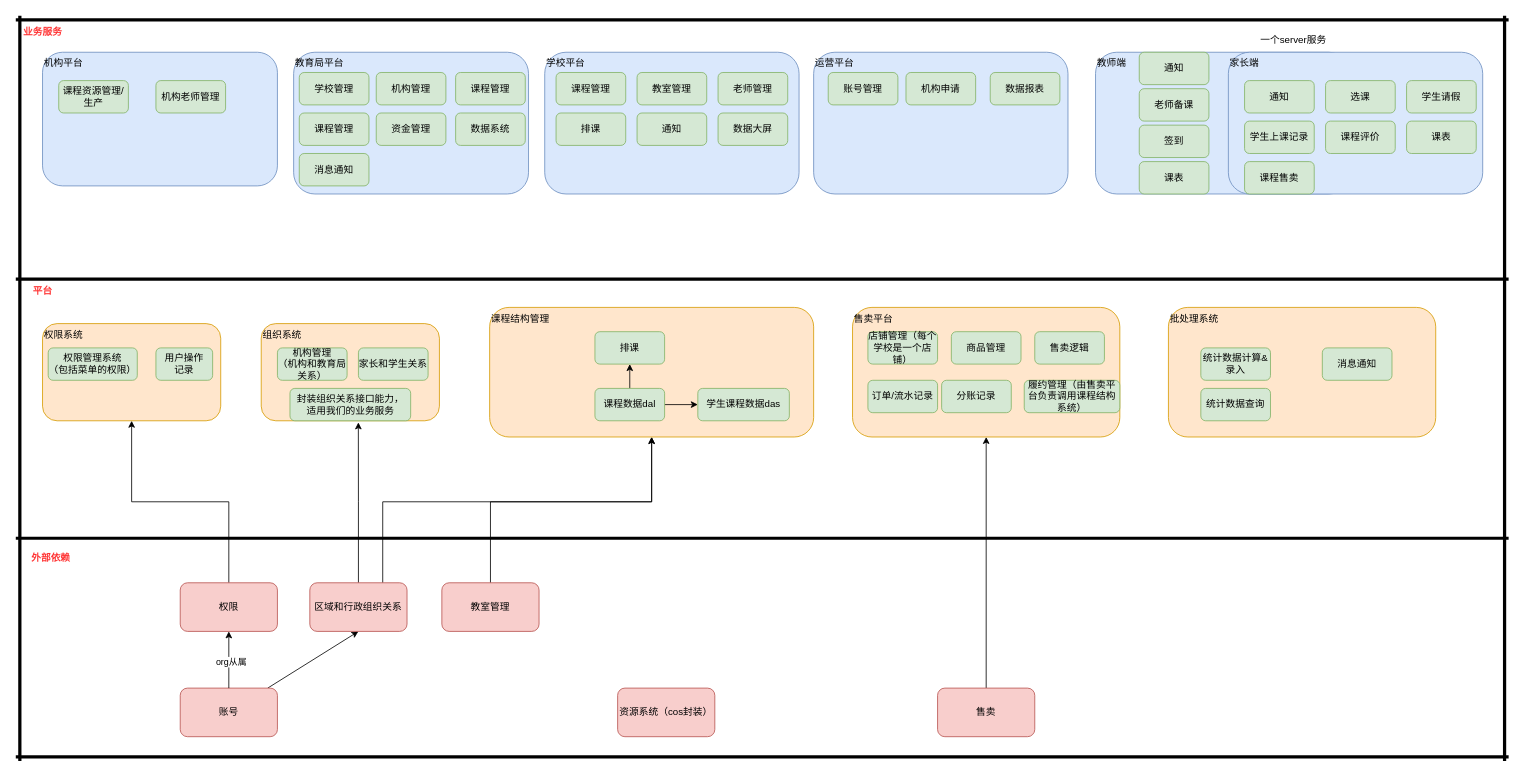
This is 330-组织架构.drawio from wgyuuu/flow_chart, a draw.io file, before an edit. Source tidied: cells renumbered, new cells numbered last; positions are measured from the earlier drawing's top-left corner, leaving out a move shared by most shapes. Both pictures are drawn from the tidied source at 81%, with x=0, y=0 at pixel (15, 15).
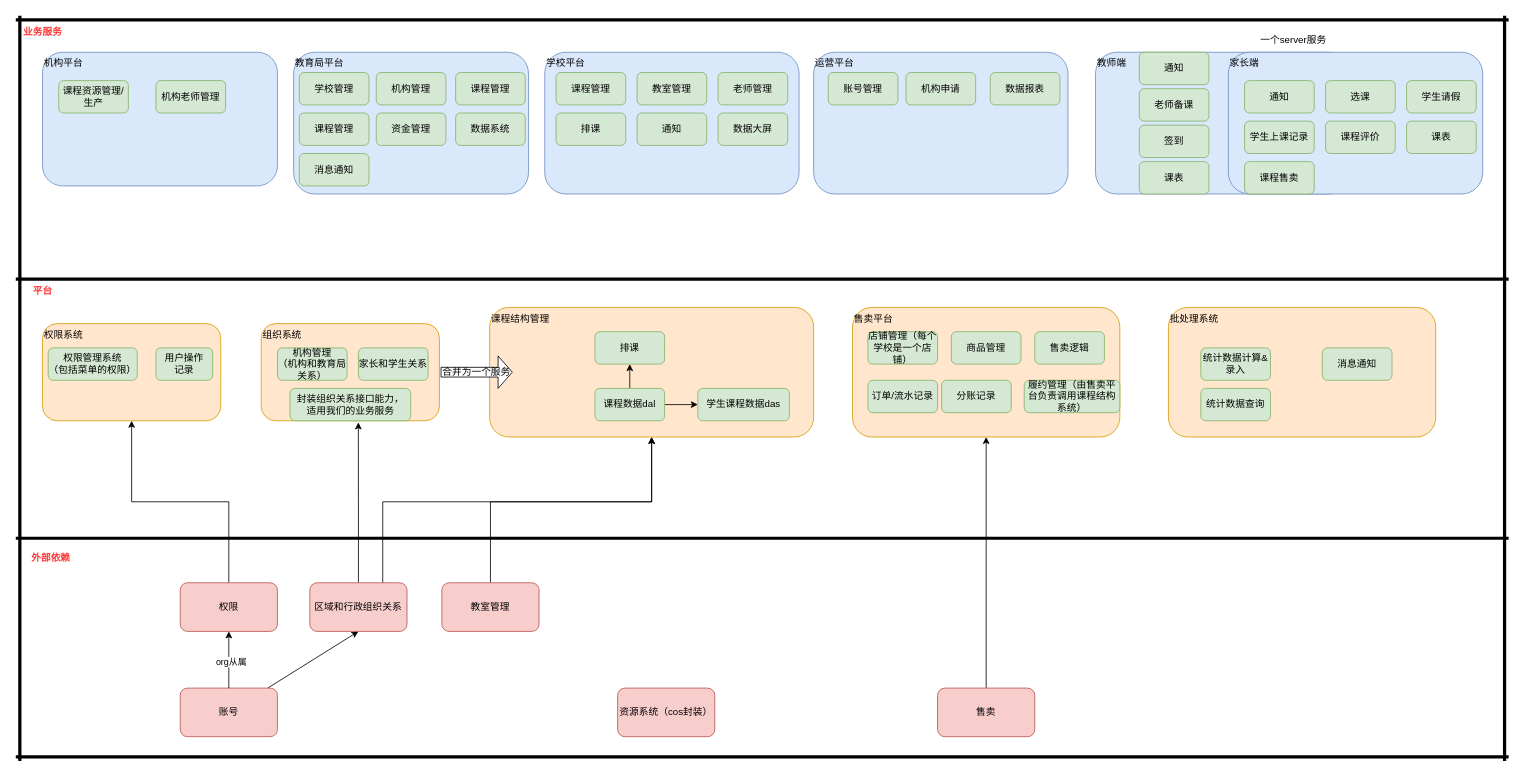
Above is the later version.

The edit, as a diff of the source:
```diff
@@
+    <mxCell id="85" value="合并为一个服务" style="shape=singleArrow;whiteSpace=wrap;html=1;" parent="1" vertex="1">
+      <mxGeometry x="525" y="420" width="88" height="40" as="geometry" />
+    </mxCell>
```
